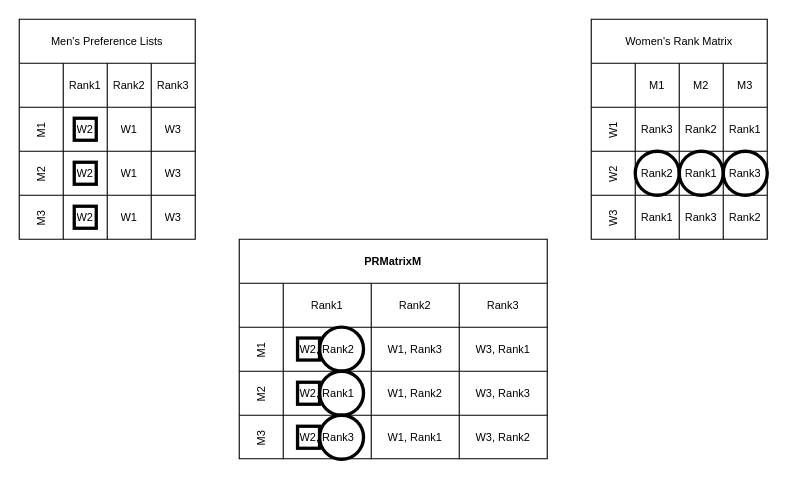
Earlier version of the draw.io diagram PRMatrix.drawio (victorliu-sq/BambooSMP-Figures). Source tidied: cells renumbered, new cells numbered last; positions are measured from the earlier drawing's top-left corner, leaving out a move shared by most shapes. Both pictures are drawn from the tidied source at 110%, with x=0, y=0 at pixel (19, 19).
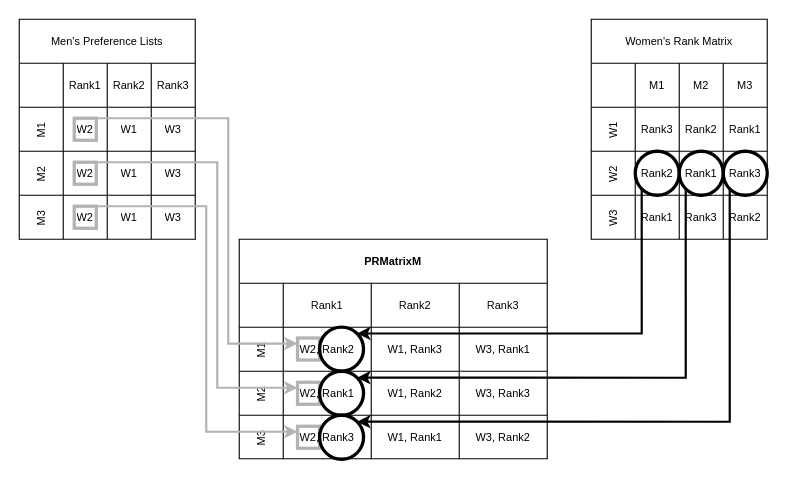
The same page after the edit.

The change refers to these unchanged cells:
```xml
<mxCell id="54" style="ellipse;whiteSpace=wrap;html=1;fillColor=none;strokeWidth=3;" parent="1" vertex="1">
  <mxGeometry x="560" y="120" width="40" height="40" as="geometry" />
</mxCell>
<mxCell id="60" style="ellipse;whiteSpace=wrap;html=1;fillColor=none;strokeWidth=3;" parent="1" vertex="1">
  <mxGeometry x="600" y="120" width="40" height="40" as="geometry" />
</mxCell>
<mxCell id="61" style="ellipse;whiteSpace=wrap;html=1;fillColor=none;strokeWidth=3;" parent="1" vertex="1">
  <mxGeometry x="640" y="120" width="40" height="40" as="geometry" />
</mxCell>
<mxCell id="62" style="ellipse;whiteSpace=wrap;html=1;fillColor=none;strokeWidth=3;" parent="1" vertex="1">
  <mxGeometry x="273" y="279.8" width="40" height="40" as="geometry" />
</mxCell>
<mxCell id="63" style="ellipse;whiteSpace=wrap;html=1;fillColor=none;strokeWidth=3;" parent="1" vertex="1">
  <mxGeometry x="273" y="320" width="40" height="40" as="geometry" />
</mxCell>
<mxCell id="64" style="ellipse;whiteSpace=wrap;html=1;fillColor=none;strokeWidth=3;" parent="1" vertex="1">
  <mxGeometry x="273" y="360" width="40" height="40" as="geometry" />
</mxCell>
```

Change to the diagram source:
```diff
@@
+    <mxCell id="65" style="edgeStyle=orthogonalEdgeStyle;rounded=0;jettySize=auto;html=1;exitX=1;exitY=0;exitDx=0;exitDy=0;entryX=0;entryY=0.25;entryDx=0;entryDy=0;strokeWidth=2;strokeColor=#B3B3B3;" parent="1" edge="1" source="53" target="57">
+      <mxGeometry relative="1" as="geometry">
+        <Array as="points">
+          <mxPoint x="190" y="90" />
+          <mxPoint x="190" y="295" />
+        </Array>
+      </mxGeometry>
+    </mxCell>
-    <mxCell id="53" style="whiteSpace=wrap;html=1;fillColor=none;strokeWidth=3;strokeColor=#000000;" parent="1" vertex="1">
+    <mxCell id="53" style="whiteSpace=wrap;html=1;fillColor=none;strokeWidth=3;strokeColor=#B3B3B3;" parent="1" vertex="1">
       <mxGeometry x="50" y="90" width="20" height="20" as="geometry" />
     </mxCell>
+    <mxCell id="66" style="edgeStyle=orthogonalEdgeStyle;rounded=0;jettySize=auto;html=1;exitX=0;exitY=1;exitDx=0;exitDy=0;entryX=1;entryY=0;entryDx=0;entryDy=0;strokeWidth=2;" parent="1" edge="1" source="54" target="62">
+      <mxGeometry relative="1" as="geometry">
+        <Array as="points">
+          <mxPoint x="566" y="286" />
+          <mxPoint x="307" y="286" />
+        </Array>
+      </mxGeometry>
+    </mxCell>
@@
+    <mxCell id="67" style="edgeStyle=orthogonalEdgeStyle;rounded=0;jettySize=auto;html=1;exitX=1;exitY=0;exitDx=0;exitDy=0;entryX=0;entryY=0.25;entryDx=0;entryDy=0;strokeWidth=2;strokeColor=#B3B3B3;" parent="1" edge="1" source="55" target="58">
+      <mxGeometry relative="1" as="geometry">
+        <Array as="points">
+          <mxPoint x="180" y="130" />
+          <mxPoint x="180" y="335" />
+        </Array>
+      </mxGeometry>
+    </mxCell>
-    <mxCell id="55" style="whiteSpace=wrap;html=1;fillColor=none;strokeWidth=3;strokeColor=#000000;" parent="1" vertex="1">
+    <mxCell id="55" style="whiteSpace=wrap;html=1;fillColor=none;strokeWidth=3;strokeColor=#B3B3B3;" parent="1" vertex="1">
       <mxGeometry x="50" y="130" width="20" height="20" as="geometry" />
     </mxCell>
+    <mxCell id="68" style="edgeStyle=orthogonalEdgeStyle;rounded=0;jettySize=auto;html=1;exitX=1;exitY=0;exitDx=0;exitDy=0;entryX=0;entryY=0.25;entryDx=0;entryDy=0;strokeWidth=2;strokeColor=#B3B3B3;" parent="1" edge="1" source="56" target="59">
+      <mxGeometry relative="1" as="geometry">
+        <Array as="points">
+          <mxPoint x="170" y="170" />
+          <mxPoint x="170" y="375" />
+        </Array>
+      </mxGeometry>
+    </mxCell>
-    <mxCell id="56" style="whiteSpace=wrap;html=1;fillColor=none;strokeWidth=3;strokeColor=#000000;" parent="1" vertex="1">
+    <mxCell id="56" style="whiteSpace=wrap;html=1;fillColor=none;strokeWidth=3;strokeColor=#B3B3B3;" parent="1" vertex="1">
       <mxGeometry x="50" y="170" width="20" height="20" as="geometry" />
     </mxCell>
-    <mxCell id="57" style="whiteSpace=wrap;html=1;fillColor=none;strokeWidth=3;strokeColor=#000000;" parent="1" vertex="1">
+    <mxCell id="57" style="whiteSpace=wrap;html=1;fillColor=none;strokeWidth=3;strokeColor=#B3B3B3;" parent="1" vertex="1">
       <mxGeometry x="253" y="289.8" width="20" height="20" as="geometry" />
     </mxCell>
-    <mxCell id="58" style="whiteSpace=wrap;html=1;fillColor=none;strokeWidth=3;strokeColor=#000000;" parent="1" vertex="1">
+    <mxCell id="58" style="whiteSpace=wrap;html=1;fillColor=none;strokeWidth=3;strokeColor=#B3B3B3;" parent="1" vertex="1">
       <mxGeometry x="253" y="330" width="20" height="20" as="geometry" />
     </mxCell>
-    <mxCell id="59" style="whiteSpace=wrap;html=1;fillColor=none;strokeWidth=3;strokeColor=#000000;" parent="1" vertex="1">
+    <mxCell id="59" style="whiteSpace=wrap;html=1;fillColor=none;strokeWidth=3;strokeColor=#B3B3B3;" parent="1" vertex="1">
       <mxGeometry x="253" y="370" width="20" height="20" as="geometry" />
     </mxCell>
+    <mxCell id="69" style="edgeStyle=orthogonalEdgeStyle;rounded=0;jettySize=auto;html=1;exitX=0;exitY=1;exitDx=0;exitDy=0;entryX=1;entryY=0;entryDx=0;entryDy=0;strokeWidth=2;" parent="1" edge="1" source="60" target="63">
+      <mxGeometry relative="1" as="geometry">
+        <Array as="points">
+          <mxPoint x="606" y="326" />
+        </Array>
+      </mxGeometry>
+    </mxCell>
@@
+    <mxCell id="70" style="edgeStyle=orthogonalEdgeStyle;rounded=0;jettySize=auto;html=1;exitX=0;exitY=1;exitDx=0;exitDy=0;entryX=1;entryY=0;entryDx=0;entryDy=0;strokeWidth=2;" parent="1" edge="1" source="61" target="64">
+      <mxGeometry relative="1" as="geometry">
+        <Array as="points">
+          <mxPoint x="646" y="366" />
+        </Array>
+      </mxGeometry>
+    </mxCell>
```
